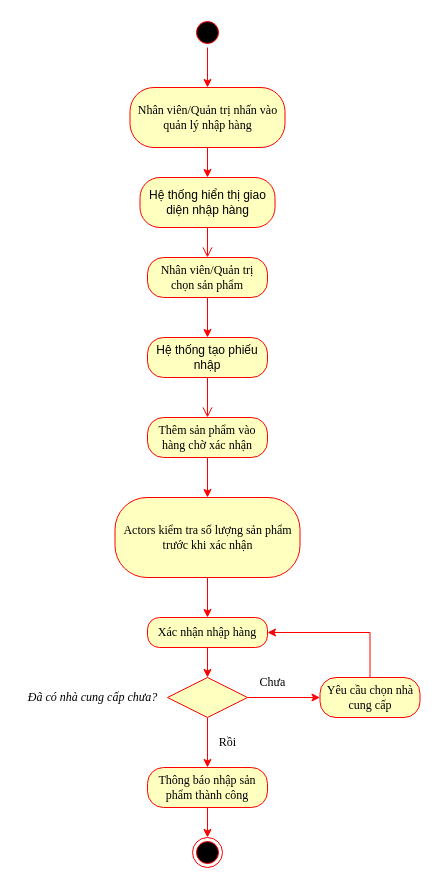
Above: Activity Diagrams/Quang Võ/AD_NhậpHàng.drawio in EdgarIgnite16/OOAD-Project (draw.io), before the change. Source tidied: cells renumbered, new cells numbered last; positions are measured from the earlier drawing's top-left corner, leaving out a move shared by most shapes. Both pictures are drawn from the tidied source at 100%, with x=0, y=0 at pixel (17, 17).
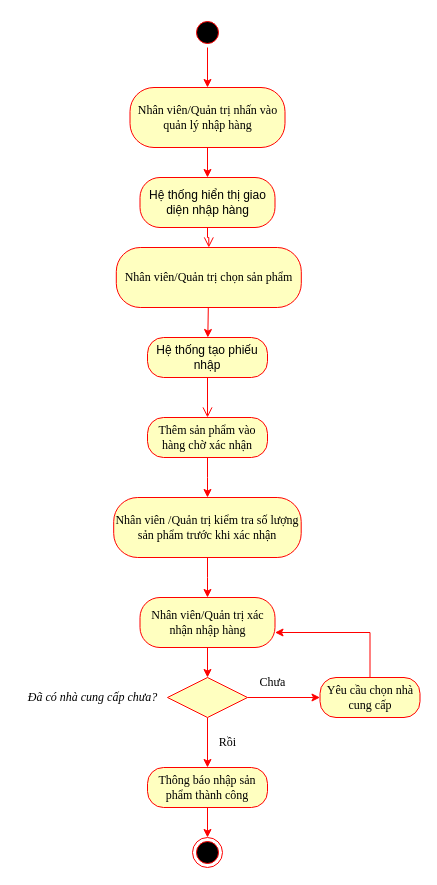
Above is the later version.

Diff of the diagram source:
```diff
@@
     <mxCell id="4" value="Nhân viên/Quản trị chọn sản phẩm" style="rounded=1;whiteSpace=wrap;html=1;arcSize=40;fontColor=#000000;fillColor=#ffffc0;strokeColor=#ff0000;fontFamily=Times New Roman;fontSize=12;" parent="1" vertex="1">
-      <mxGeometry x="130" y="240" width="120" height="40" as="geometry" />
+      <mxGeometry x="98.8" y="230" width="185" height="60" as="geometry" />
     </mxCell>
@@
-    <mxCell id="8" value="Xác nhận nhập hàng" style="rounded=1;whiteSpace=wrap;html=1;arcSize=40;fontColor=#000000;fillColor=#ffffc0;strokeColor=#ff0000;fontFamily=Times New Roman;fontSize=12;" parent="1" vertex="1">
-      <mxGeometry x="130" y="600" width="120" height="30" as="geometry" />
+    <mxCell id="8" value="Nhân viên/Quản trị xác nhận nhập hàng" style="rounded=1;whiteSpace=wrap;html=1;arcSize=40;fontColor=#000000;fillColor=#ffffc0;strokeColor=#ff0000;fontFamily=Times New Roman;fontSize=12;" parent="1" vertex="1">
+      <mxGeometry x="122.5" y="580" width="135" height="50" as="geometry" />
     </mxCell>
@@
-    <mxCell id="18" value="Actors kiểm tra số lượng sản phẩm trước khi xác nhận" style="rounded=1;whiteSpace=wrap;html=1;arcSize=40;fontColor=#000000;fillColor=#ffffc0;strokeColor=#ff0000;fontFamily=Times New Roman;fontSize=12;" parent="1" vertex="1">
-      <mxGeometry x="97.5" y="480" width="185" height="80" as="geometry" />
+    <mxCell id="18" value="Nhân viên /Quản trị kiểm tra số lượng sản phẩm trước khi xác nhận" style="rounded=1;whiteSpace=wrap;html=1;arcSize=40;fontColor=#000000;fillColor=#ffffc0;strokeColor=#ff0000;fontFamily=Times New Roman;fontSize=12;" parent="1" vertex="1">
+      <mxGeometry x="96.2" y="480" width="187.5" height="60" as="geometry" />
     </mxCell>
```
